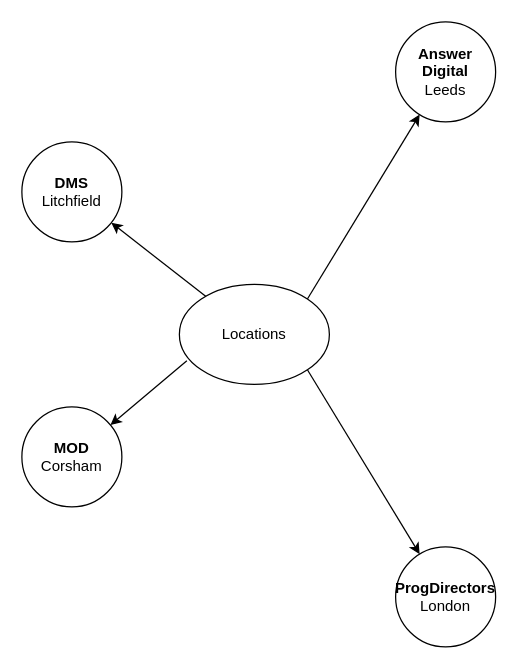
dalegent42/DrawIO keeps this draw.io diagram as page "Locations" (3 of 4) of 202411 Cortisone.drawio. Above is the earlier version. Source tidied: cells renumbered, new cells numbered last; positions are measured from the earlier drawing's top-left corner, leaving out a move shared by most shapes. Both pictures are drawn from the tidied source at 125%, with x=0, y=0 at pixel (21, 21).
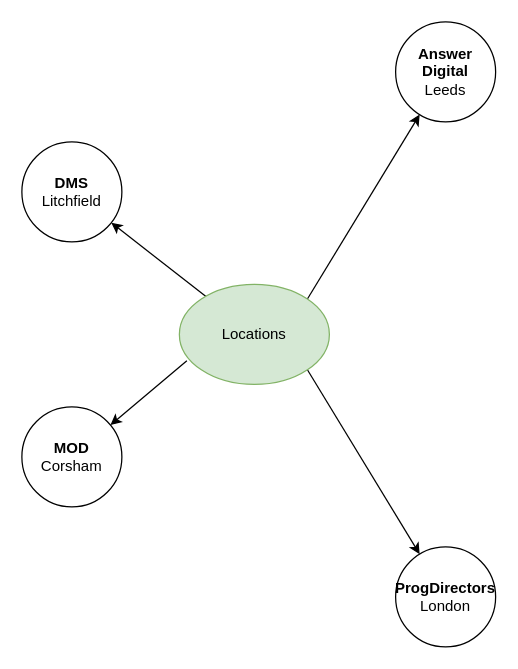
The same page after the edit.

Diff of the diagram source:
```diff
@@
 <mxGraphModel>
   <root>
     <mxCell id="0" />
     <mxCell id="1" parent="0" />
     <mxCell id="2" style="rounded=0;jettySize=auto;html=1;exitX=1;exitY=0;exitDx=0;exitDy=0;" parent="1" edge="1" source="6" target="7">
       <mxGeometry relative="1" as="geometry" />
     </mxCell>
     <mxCell id="3" style="rounded=0;jettySize=auto;html=1;exitX=0.05;exitY=0.763;exitDx=0;exitDy=0;exitPerimeter=0;" parent="1" edge="1" source="6" target="8">
       <mxGeometry relative="1" as="geometry" />
     </mxCell>
     <mxCell id="4" style="rounded=0;jettySize=auto;html=1;" parent="1" edge="1" source="6" target="9">
       <mxGeometry relative="1" as="geometry" />
     </mxCell>
     <mxCell id="5" style="rounded=0;jettySize=auto;html=1;exitX=1;exitY=1;exitDx=0;exitDy=0;" parent="1" edge="1" source="6" target="10">
       <mxGeometry relative="1" as="geometry" />
     </mxCell>
-    <mxCell id="6" value="Locations" style="ellipse;whiteSpace=wrap;html=1;" parent="1" vertex="1">
+    <mxCell id="6" value="Locations" style="ellipse;whiteSpace=wrap;html=1;fillColor=#d5e8d4;strokeColor=#82b366;" parent="1" vertex="1">
       <mxGeometry x="126" y="210" width="120" height="80" as="geometry" />
     </mxCell>
     <mxCell id="7" value="&lt;b&gt;Answer Digital&lt;/b&gt;&lt;div&gt;Leeds&lt;/div&gt;" style="ellipse;whiteSpace=wrap;html=1;" parent="1" vertex="1">
       <mxGeometry x="299" width="80" height="80" as="geometry" />
     </mxCell>
     <mxCell id="8" value="&lt;b&gt;MOD&lt;/b&gt;&lt;div&gt;Corsham&lt;/div&gt;" style="ellipse;whiteSpace=wrap;html=1;" parent="1" vertex="1">
       <mxGeometry y="308" width="80" height="80" as="geometry" />
     </mxCell>
     <mxCell id="9" value="&lt;b&gt;DMS&lt;/b&gt;&lt;div&gt;Litchfield&lt;/div&gt;" style="ellipse;whiteSpace=wrap;html=1;" parent="1" vertex="1">
       <mxGeometry y="96" width="80" height="80" as="geometry" />
     </mxCell>
     <mxCell id="10" value="&lt;b&gt;ProgDirectors&lt;/b&gt;&lt;div&gt;London&lt;/div&gt;" style="ellipse;whiteSpace=wrap;html=1;" parent="1" vertex="1">
       <mxGeometry x="299" y="420" width="80" height="80" as="geometry" />
     </mxCell>
   </root>
 </mxGraphModel>
```
